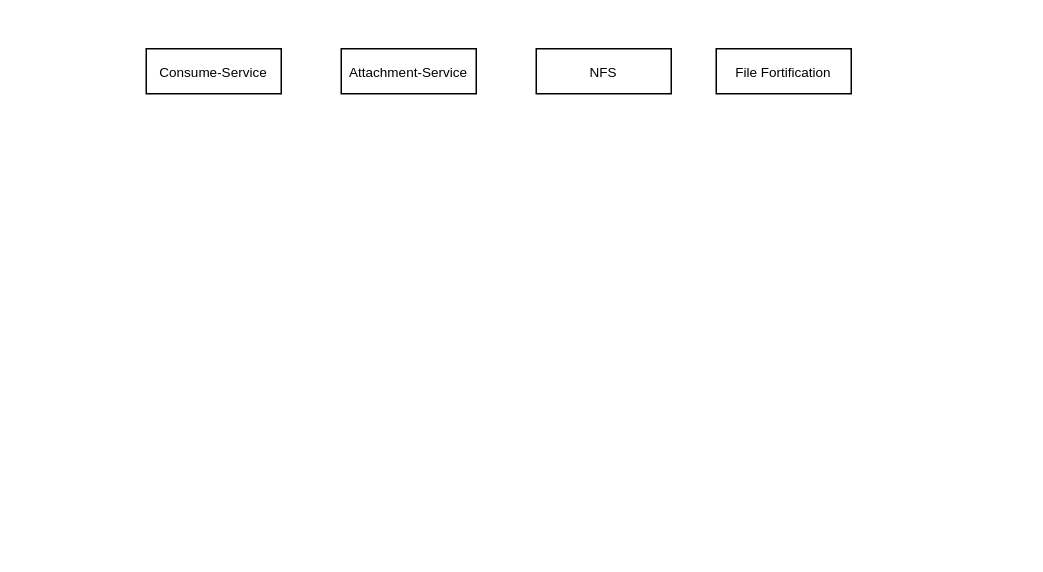
The draw.io diagram nfs-integration-in-attachment-service.drawio in huangshijie/Drawio, before the edit. Source tidied: cells renumbered, new cells numbered last; positions are measured from the earlier drawing's top-left corner, leaving out a move shared by most shapes. Both pictures are drawn from the tidied source at 150%, with x=0, y=0 at pixel (146, 48).
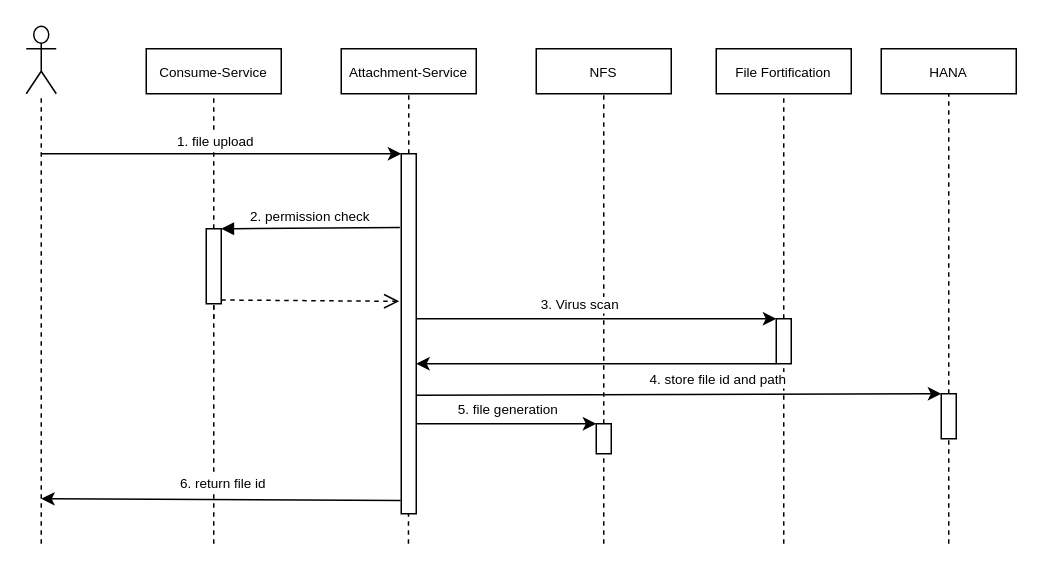
After the change.

Unchanged cells that the change refers to:
```xml
<mxCell id="2" value="&lt;font style=&quot;font-size: 9px;&quot;&gt;Consume-Service&lt;/font&gt;" style="rounded=0;whiteSpace=wrap;html=1;" parent="1" vertex="1">
  <mxGeometry width="90" height="30" as="geometry" />
</mxCell>
<mxCell id="3" value="&lt;font style=&quot;font-size: 9px;&quot;&gt;Attachment-Service&lt;/font&gt;" style="rounded=0;whiteSpace=wrap;html=1;" parent="1" vertex="1">
  <mxGeometry x="130" width="90" height="30" as="geometry" />
</mxCell>
<mxCell id="4" value="&lt;font style=&quot;font-size: 9px;&quot;&gt;NFS&lt;/font&gt;" style="rounded=0;whiteSpace=wrap;html=1;" parent="1" vertex="1">
  <mxGeometry x="260" width="90" height="30" as="geometry" />
</mxCell>
```

Change to the diagram source:
```diff
@@
+    <mxCell id="6" style="shape=umlActor;verticalLabelPosition=bottom;verticalAlign=top;html=1;outlineConnect=0;" parent="1" vertex="1">
+      <mxGeometry x="-80" y="-15" width="20" height="45" as="geometry" />
+    </mxCell>
+    <mxCell id="7" style="endArrow=none;dashed=1;html=1;rounded=0;" parent="1" edge="1" target="6">
+      <mxGeometry relative="1" as="geometry">
+        <mxPoint x="-70" y="330" as="sourcePoint" />
+      </mxGeometry>
+    </mxCell>
+    <mxCell id="8" style="endArrow=none;dashed=1;html=1;rounded=0;entryX=0.5;entryY=1;entryDx=0;entryDy=0;startArrow=none;" parent="1" edge="1" source="16" target="2">
+      <mxGeometry relative="1" as="geometry" />
+    </mxCell>
+    <mxCell id="9" style="endArrow=none;dashed=1;html=1;rounded=0;entryX=0.5;entryY=1;entryDx=0;entryDy=0;startArrow=none;" parent="1" edge="1" target="3">
+      <mxGeometry relative="1" as="geometry">
+        <mxPoint x="175" y="70" as="sourcePoint" />
+      </mxGeometry>
+    </mxCell>
+    <mxCell id="10" style="endArrow=classic;html=1;rounded=0;" parent="1" edge="1">
+      <mxGeometry relative="1" as="geometry">
+        <mxPoint x="-70" y="70" as="sourcePoint" />
+        <mxPoint x="170" y="70" as="targetPoint" />
+      </mxGeometry>
+    </mxCell>
+    <mxCell id="11" value="&lt;font style=&quot;font-size: 9px;&quot;&gt;1. file upload&lt;/font&gt;" style="edgeLabel;html=1;align=center;verticalAlign=middle;" parent="10" vertex="1">
+      <mxGeometry x="0.31" y="2" relative="1" as="geometry">
+        <mxPoint x="-42" y="-8" as="offset" />
+      </mxGeometry>
+    </mxCell>
+    <mxCell id="12" style="endArrow=none;dashed=1;html=1;rounded=0;entryX=0.5;entryY=1;entryDx=0;entryDy=0;" parent="1" edge="1">
+      <mxGeometry relative="1" as="geometry">
+        <mxPoint x="174.8" y="330" as="sourcePoint" />
+        <mxPoint x="175" y="210" as="targetPoint" />
+      </mxGeometry>
+    </mxCell>
+    <mxCell id="13" style="endArrow=none;dashed=1;html=1;rounded=0;entryX=0.5;entryY=1;entryDx=0;entryDy=0;" parent="1" edge="1">
+      <mxGeometry relative="1" as="geometry">
+        <mxPoint x="45" y="330" as="sourcePoint" />
+        <mxPoint x="45" y="170" as="targetPoint" />
+      </mxGeometry>
+    </mxCell>
+    <mxCell id="14" value="2. permission check" style="html=1;verticalAlign=bottom;endArrow=block;entryX=1;entryY=0;rounded=0;fontSize=9;exitX=-0.09;exitY=0.205;exitDx=0;exitDy=0;exitPerimeter=0;" parent="1" edge="1" source="18" target="16">
+      <mxGeometry relative="1" as="geometry" />
+    </mxCell>
+    <mxCell id="15" style="html=1;verticalAlign=bottom;endArrow=open;dashed=1;endSize=8;exitX=1;exitY=0.95;rounded=0;fontSize=9;entryX=-0.138;entryY=0.41;entryDx=0;entryDy=0;entryPerimeter=0;" parent="1" edge="1" source="16" target="18">
+      <mxGeometry relative="1" as="geometry" />
+    </mxCell>
+    <mxCell id="16" style="html=1;points=[];perimeter=orthogonalPerimeter;fontSize=9;" parent="1" vertex="1">
+      <mxGeometry x="40" y="120" width="10" height="50" as="geometry" />
+    </mxCell>
+    <mxCell id="17" style="endArrow=none;dashed=1;html=1;rounded=0;entryX=0.5;entryY=1;entryDx=0;entryDy=0;startArrow=none;" parent="1" edge="1" target="16">
+      <mxGeometry relative="1" as="geometry">
+        <mxPoint x="45" y="180" as="sourcePoint" />
+      </mxGeometry>
+    </mxCell>
+    <mxCell id="18" style="html=1;points=[];perimeter=orthogonalPerimeter;fontSize=9;" parent="1" vertex="1">
+      <mxGeometry x="170" y="70" width="10" height="240" as="geometry" />
+    </mxCell>
+    <mxCell id="19" style="endArrow=none;dashed=1;html=1;rounded=0;fontSize=9;entryX=0.5;entryY=1;entryDx=0;entryDy=0;startArrow=none;" parent="1" edge="1" source="31" target="4">
+      <mxGeometry relative="1" as="geometry" />
+    </mxCell>
+    <mxCell id="20" style="endArrow=classic;html=1;rounded=0;fontSize=9;exitX=-0.043;exitY=0.963;exitDx=0;exitDy=0;exitPerimeter=0;" parent="1" edge="1" source="18">
+      <mxGeometry relative="1" as="geometry">
+        <mxPoint x="-70" y="300" as="targetPoint" />
+      </mxGeometry>
+    </mxCell>
+    <mxCell id="21" value="6. return file id" style="edgeLabel;html=1;align=center;verticalAlign=middle;fontSize=9;" parent="20" vertex="1">
+      <mxGeometry x="-0.53" y="1" relative="1" as="geometry">
+        <mxPoint x="-63" y="-12" as="offset" />
+      </mxGeometry>
+    </mxCell>
+    <mxCell id="22" value="&lt;font style=&quot;font-size: 9px;&quot;&gt;HANA&lt;/font&gt;" style="rounded=0;whiteSpace=wrap;html=1;" parent="1" vertex="1">
+      <mxGeometry x="490" width="90" height="30" as="geometry" />
+    </mxCell>
+    <mxCell id="23" style="endArrow=classic;html=1;rounded=0;fontSize=9;entryX=0;entryY=0;entryDx=0;entryDy=0;" parent="1" edge="1" target="31">
+      <mxGeometry relative="1" as="geometry">
+        <mxPoint x="180" y="250" as="sourcePoint" />
+      </mxGeometry>
+    </mxCell>
+    <mxCell id="24" value="5. file generation" style="edgeLabel;html=1;align=center;verticalAlign=middle;fontSize=9;" parent="23" vertex="1">
+      <mxGeometry x="-0.21" relative="1" as="geometry">
+        <mxPoint x="13" y="-10" as="offset" />
+      </mxGeometry>
+    </mxCell>
+    <mxCell id="25" style="endArrow=none;dashed=1;html=1;rounded=0;fontSize=9;entryX=0.5;entryY=1;entryDx=0;entryDy=0;startArrow=none;" parent="1" edge="1" source="26">
+      <mxGeometry relative="1" as="geometry">
+        <mxPoint x="425" y="30" as="targetPoint" />
+      </mxGeometry>
+    </mxCell>
+    <mxCell id="26" style="rounded=0;whiteSpace=wrap;html=1;fontSize=9;" parent="1" vertex="1">
+      <mxGeometry x="420" y="180" width="10" height="30" as="geometry" />
+    </mxCell>
+    <mxCell id="27" style="endArrow=none;dashed=1;html=1;rounded=0;fontSize=9;entryX=0.5;entryY=1;entryDx=0;entryDy=0;" parent="1" edge="1" target="26">
+      <mxGeometry relative="1" as="geometry">
+        <mxPoint x="425" y="330" as="sourcePoint" />
+      </mxGeometry>
+    </mxCell>
+    <mxCell id="28" style="endArrow=classic;html=1;rounded=0;fontSize=9;entryX=0;entryY=0;entryDx=0;entryDy=0;" parent="1" edge="1" target="26">
+      <mxGeometry relative="1" as="geometry">
+        <mxPoint x="180" y="180" as="sourcePoint" />
+      </mxGeometry>
+    </mxCell>
+    <mxCell id="29" value="3. Virus scan" style="edgeLabel;html=1;align=center;verticalAlign=middle;fontSize=9;" parent="28" vertex="1">
+      <mxGeometry x="-0.21" relative="1" as="geometry">
+        <mxPoint x="13" y="-10" as="offset" />
+      </mxGeometry>
+    </mxCell>
+    <mxCell id="30" style="endArrow=classic;html=1;rounded=0;fontSize=9;exitX=0;exitY=1;exitDx=0;exitDy=0;" parent="1" edge="1" source="26">
+      <mxGeometry relative="1" as="geometry">
+        <mxPoint x="180" y="210" as="targetPoint" />
+      </mxGeometry>
+    </mxCell>
+    <mxCell id="31" style="rounded=0;whiteSpace=wrap;html=1;fontSize=9;" parent="1" vertex="1">
+      <mxGeometry x="300" y="250" width="10" height="20" as="geometry" />
+    </mxCell>
+    <mxCell id="32" style="endArrow=none;dashed=1;html=1;rounded=0;fontSize=9;entryX=0.5;entryY=1;entryDx=0;entryDy=0;" parent="1" edge="1" target="31">
+      <mxGeometry relative="1" as="geometry">
+        <mxPoint x="305" y="330" as="sourcePoint" />
+      </mxGeometry>
+    </mxCell>
+    <mxCell id="33" style="endArrow=none;dashed=1;html=1;rounded=0;fontSize=9;entryX=0.5;entryY=1;entryDx=0;entryDy=0;startArrow=none;" parent="1" edge="1" source="34">
+      <mxGeometry relative="1" as="geometry">
+        <mxPoint x="535" y="30" as="targetPoint" />
+      </mxGeometry>
+    </mxCell>
+    <mxCell id="34" style="rounded=0;whiteSpace=wrap;html=1;fontSize=9;" parent="1" vertex="1">
+      <mxGeometry x="530" y="230" width="10" height="30" as="geometry" />
+    </mxCell>
+    <mxCell id="35" style="endArrow=none;dashed=1;html=1;rounded=0;fontSize=9;entryX=0.5;entryY=1;entryDx=0;entryDy=0;" parent="1" edge="1" target="34">
+      <mxGeometry relative="1" as="geometry">
+        <mxPoint x="535" y="330" as="sourcePoint" />
+      </mxGeometry>
+    </mxCell>
+    <mxCell id="36" style="endArrow=classic;html=1;rounded=0;fontSize=9;exitX=1.005;exitY=0.671;exitDx=0;exitDy=0;exitPerimeter=0;entryX=0;entryY=0;entryDx=0;entryDy=0;" parent="1" edge="1" source="18" target="34">
+      <mxGeometry relative="1" as="geometry" />
+    </mxCell>
+    <mxCell id="37" value="4. store file id and path" style="edgeLabel;html=1;align=center;verticalAlign=middle;fontSize=9;" parent="36" vertex="1">
+      <mxGeometry x="0.16" y="-2" relative="1" as="geometry">
+        <mxPoint x="-3" y="-12" as="offset" />
+      </mxGeometry>
+    </mxCell>
```
